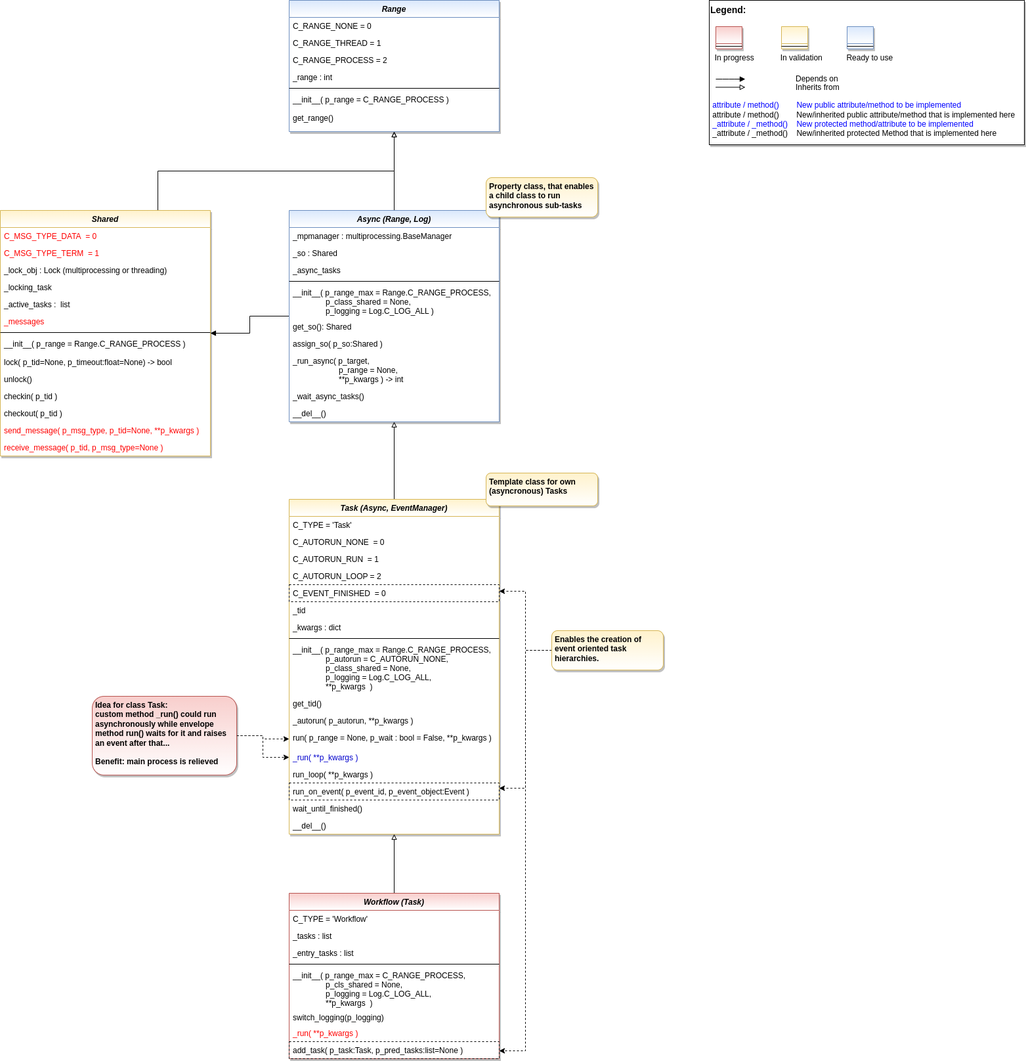
Before: doc/rtd/content/append2/core/images/bf/MLPro-BF-MT_class_diagram.drawio.png, a diagram exported from draw.io (fhswf/MLPro). Source tidied: cells renumbered, new cells last; positions are measured from the earlier drawing's top-left corner, leaving out a move shared by most shapes.
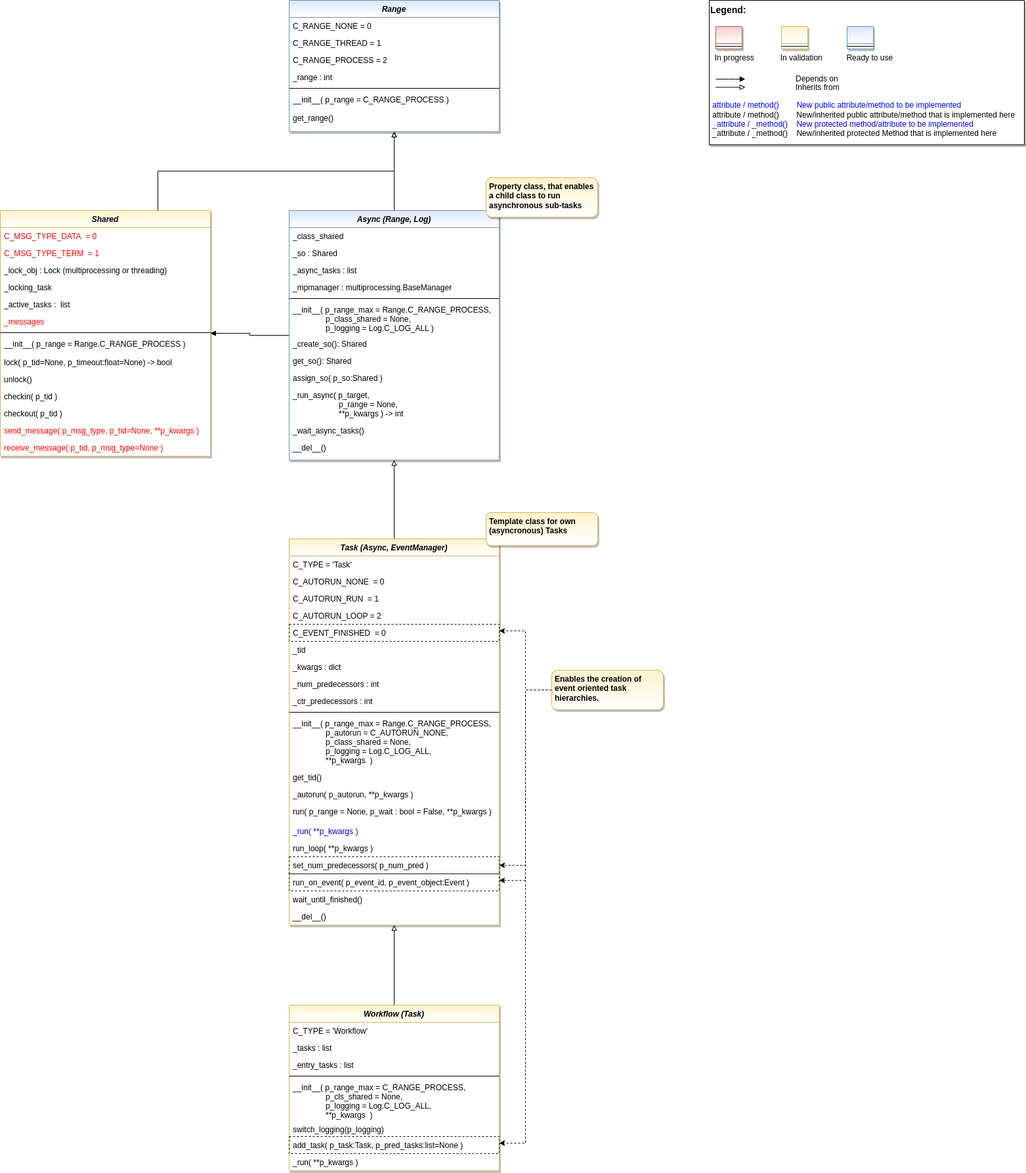
The same diagram one commit later.

Commit message:
class diagram

Diff of the diagram source:
```diff
@@ -103,37 +103,43 @@
       <mxGeometry relative="1" as="geometry" />
     </mxCell>
     <mxCell id="30" value="Async (Range, Log)" style="swimlane;fontStyle=3;align=center;verticalAlign=top;horizontal=1;startSize=26;rounded=0;shadow=1;strokeWidth=1;fillColor=#dae8fc;strokeColor=#6c8ebf;glass=0;swimlaneFillColor=#ffffff;gradientColor=#FFFFFF;" parent="1" vertex="1">
-      <mxGeometry x="440" y="320" width="320" height="322" as="geometry" />
+      <mxGeometry x="440" y="320" width="320" height="380" as="geometry" />
     </mxCell>
-    <mxCell id="31" value="_mpmanager : multiprocessing.BaseManager" style="text;align=left;verticalAlign=top;spacingLeft=4;spacingRight=4;overflow=hidden;fontColor=default;" parent="30" vertex="1">
-      <mxGeometry y="26" width="320" height="26" as="geometry" />
-    </mxCell>
+    <mxCell id="87" value="_class_shared " style="text;align=left;verticalAlign=top;spacingLeft=4;spacingRight=4;overflow=hidden;" parent="30" vertex="1">
+      <mxGeometry y="26" width="320" height="26" as="geometry" />
+    </mxCell>
     <mxCell id="32" value="_so : Shared" style="text;align=left;verticalAlign=top;spacingLeft=4;spacingRight=4;overflow=hidden;" parent="30" vertex="1">
       <mxGeometry y="52" width="320" height="26" as="geometry" />
     </mxCell>
-    <mxCell id="33" value="_async_tasks" style="text;align=left;verticalAlign=top;spacingLeft=4;spacingRight=4;overflow=hidden;" parent="30" vertex="1">
+    <mxCell id="33" value="_async_tasks : list" style="text;align=left;verticalAlign=top;spacingLeft=4;spacingRight=4;overflow=hidden;" parent="30" vertex="1">
       <mxGeometry y="78" width="320" height="26" as="geometry" />
     </mxCell>
+    <mxCell id="31" value="_mpmanager : multiprocessing.BaseManager" style="text;align=left;verticalAlign=top;spacingLeft=4;spacingRight=4;overflow=hidden;" parent="30" vertex="1">
+      <mxGeometry y="104" width="320" height="26" as="geometry" />
+    </mxCell>
     <mxCell id="34" style="line;html=1;strokeWidth=1;align=left;verticalAlign=middle;spacingTop=-1;spacingLeft=3;spacingRight=3;labelPosition=right;" parent="30" vertex="1">
-      <mxGeometry y="104" width="320" height="8" as="geometry" />
+      <mxGeometry y="130" width="320" height="8" as="geometry" />
     </mxCell>
     <mxCell id="35" value="__init__( p_range_max = Range.C_RANGE_PROCESS,&#10;               p_class_shared = None,&#10;               p_logging = Log.C_LOG_ALL )" style="text;align=left;verticalAlign=top;spacingLeft=4;spacingRight=4;overflow=hidden;fontColor=default;" parent="30" vertex="1">
-      <mxGeometry y="112" width="320" height="52" as="geometry" />
+      <mxGeometry y="138" width="320" height="52" as="geometry" />
     </mxCell>
+    <mxCell id="88" value="_create_so(): Shared" style="text;align=left;verticalAlign=top;spacingLeft=4;spacingRight=4;overflow=hidden;fontColor=default;" parent="30" vertex="1">
+      <mxGeometry y="190" width="320" height="26" as="geometry" />
+    </mxCell>
     <mxCell id="36" value="get_so(): Shared" style="text;align=left;verticalAlign=top;spacingLeft=4;spacingRight=4;overflow=hidden;fontColor=default;" parent="30" vertex="1">
-      <mxGeometry y="164" width="320" height="26" as="geometry" />
+      <mxGeometry y="216" width="320" height="26" as="geometry" />
     </mxCell>
     <mxCell id="37" value="assign_so( p_so:Shared )" style="text;align=left;verticalAlign=top;spacingLeft=4;spacingRight=4;overflow=hidden;fontColor=default;" parent="30" vertex="1">
-      <mxGeometry y="190" width="320" height="26" as="geometry" />
+      <mxGeometry y="242" width="320" height="26" as="geometry" />
     </mxCell>
     <mxCell id="38" value="_run_async( p_target,&#10;                     p_range = None,&#10;                     **p_kwargs ) -&gt; int" style="text;align=left;verticalAlign=top;spacingLeft=4;spacingRight=4;overflow=hidden;fontColor=default;" parent="30" vertex="1">
-      <mxGeometry y="216" width="320" height="54" as="geometry" />
+      <mxGeometry y="268" width="320" height="54" as="geometry" />
     </mxCell>
     <mxCell id="39" value="_wait_async_tasks()" style="text;align=left;verticalAlign=top;spacingLeft=4;spacingRight=4;overflow=hidden;fontColor=default;" parent="30" vertex="1">
-      <mxGeometry y="270" width="320" height="26" as="geometry" />
+      <mxGeometry y="322" width="320" height="26" as="geometry" />
     </mxCell>
     <mxCell id="40" value="__del__()" style="text;align=left;verticalAlign=top;spacingLeft=4;spacingRight=4;overflow=hidden;fontColor=default;" parent="30" vertex="1">
-      <mxGeometry y="296" width="320" height="26" as="geometry" />
+      <mxGeometry y="348" width="320" height="26" as="geometry" />
     </mxCell>
     <mxCell id="41" value="Property class, that enables a child class to run asynchronous sub-tasks" style="rounded=1;whiteSpace=wrap;html=1;fillColor=#fff2cc;strokeColor=#d6b656;shadow=1;gradientColor=#ffffff;fontStyle=1;align=left;verticalAlign=top;spacingRight=3;spacingLeft=3;" parent="1" vertex="1">
       <mxGeometry x="740" y="270" width="170" height="60" as="geometry" />
@@ -142,7 +148,7 @@
       <mxGeometry relative="1" as="geometry" />
     </mxCell>
     <mxCell id="43" value="Task (Async, EventManager)" style="swimlane;fontStyle=3;align=center;verticalAlign=top;horizontal=1;startSize=26;rounded=0;shadow=1;strokeWidth=1;fillColor=#fff2cc;strokeColor=#d6b656;glass=0;swimlaneFillColor=#ffffff;gradientColor=#FFFFFF;" parent="1" vertex="1">
-      <mxGeometry x="440" y="760" width="320" height="510" as="geometry" />
+      <mxGeometry x="440" y="820" width="320" height="588" as="geometry" />
     </mxCell>
     <mxCell id="44" value="C_TYPE = 'Task'" style="text;align=left;verticalAlign=top;spacingLeft=4;spacingRight=4;overflow=hidden;" parent="43" vertex="1">
       <mxGeometry y="26" width="320" height="26" as="geometry" />
@@ -165,41 +171,50 @@
     <mxCell id="50" value="_kwargs : dict" style="text;align=left;verticalAlign=top;spacingLeft=4;spacingRight=4;overflow=hidden;" parent="43" vertex="1">
       <mxGeometry y="182" width="320" height="26" as="geometry" />
     </mxCell>
+    <mxCell id="89" value="_num_predecessors : int" style="text;align=left;verticalAlign=top;spacingLeft=4;spacingRight=4;overflow=hidden;" parent="43" vertex="1">
+      <mxGeometry y="208" width="320" height="26" as="geometry" />
+    </mxCell>
+    <mxCell id="90" value="_ctr_predecessors : int" style="text;align=left;verticalAlign=top;spacingLeft=4;spacingRight=4;overflow=hidden;" parent="43" vertex="1">
+      <mxGeometry y="234" width="320" height="26" as="geometry" />
+    </mxCell>
     <mxCell id="51" style="line;html=1;strokeWidth=1;align=left;verticalAlign=middle;spacingTop=-1;spacingLeft=3;spacingRight=3;labelPosition=right;" parent="43" vertex="1">
-      <mxGeometry y="208" width="320" height="8" as="geometry" />
+      <mxGeometry y="260" width="320" height="8" as="geometry" />
     </mxCell>
     <mxCell id="52" value="__init__( p_range_max = Range.C_RANGE_PROCESS,&#10;               p_autorun = C_AUTORUN_NONE,&#10;               p_class_shared = None,&#10;               p_logging = Log.C_LOG_ALL,&#10;               **p_kwargs  )" style="text;align=left;verticalAlign=top;spacingLeft=4;spacingRight=4;overflow=hidden;fontColor=default;" parent="43" vertex="1">
-      <mxGeometry y="216" width="320" height="82" as="geometry" />
+      <mxGeometry y="268" width="320" height="82" as="geometry" />
     </mxCell>
     <mxCell id="53" value="get_tid()" style="text;align=left;verticalAlign=top;spacingLeft=4;spacingRight=4;overflow=hidden;fontColor=default;" parent="43" vertex="1">
-      <mxGeometry y="298" width="320" height="26" as="geometry" />
+      <mxGeometry y="350" width="320" height="26" as="geometry" />
     </mxCell>
     <mxCell id="54" value="_autorun( p_autorun, **p_kwargs )" style="text;align=left;verticalAlign=top;spacingLeft=4;spacingRight=4;overflow=hidden;fontColor=default;" parent="43" vertex="1">
-      <mxGeometry y="324" width="320" height="26" as="geometry" />
+      <mxGeometry y="376" width="320" height="26" as="geometry" />
     </mxCell>
     <mxCell id="55" value="run( p_range = None, p_wait : bool = False, **p_kwargs )" style="text;align=left;verticalAlign=top;spacingLeft=4;spacingRight=4;overflow=hidden;points=[[0,0.5],[1,0.5]];portConstraint=eastwest;fontColor=default;" parent="43" vertex="1">
-      <mxGeometry y="350" width="320" height="30" as="geometry" />
+      <mxGeometry y="402" width="320" height="30" as="geometry" />
     </mxCell>
     <mxCell id="56" value="_run( **p_kwargs )" style="text;align=left;verticalAlign=top;spacingLeft=4;spacingRight=4;overflow=hidden;points=[[0,0.5],[1,0.5]];portConstraint=eastwest;fontColor=#0000CC;" parent="43" vertex="1">
-      <mxGeometry y="380" width="320" height="26" as="geometry" />
+      <mxGeometry y="432" width="320" height="26" as="geometry" />
     </mxCell>
     <mxCell id="57" value="run_loop( **p_kwargs )" style="text;align=left;verticalAlign=top;spacingLeft=4;spacingRight=4;overflow=hidden;fontColor=default;" parent="43" vertex="1">
-      <mxGeometry y="406" width="320" height="26" as="geometry" />
+      <mxGeometry y="458" width="320" height="26" as="geometry" />
     </mxCell>
+    <mxCell id="91" value="set_num_predecessors( p_num_pred )" style="text;align=left;verticalAlign=top;spacingLeft=4;spacingRight=4;overflow=hidden;points=[[0,0.5],[1,0.5]];portConstraint=eastwest;fontColor=default;labelBorderColor=none;strokeColor=default;dashed=1;" parent="43" vertex="1">
+      <mxGeometry y="484" width="320" height="26" as="geometry" />
+    </mxCell>
     <mxCell id="58" value="run_on_event( p_event_id, p_event_object:Event )" style="text;align=left;verticalAlign=top;spacingLeft=4;spacingRight=4;overflow=hidden;points=[[0,0.5],[1,0.5]];portConstraint=eastwest;fontColor=default;labelBorderColor=none;strokeColor=default;dashed=1;" parent="43" vertex="1">
-      <mxGeometry y="432" width="320" height="26" as="geometry" />
+      <mxGeometry y="510" width="320" height="26" as="geometry" />
     </mxCell>
     <mxCell id="59" value="wait_until_finished()" style="text;align=left;verticalAlign=top;spacingLeft=4;spacingRight=4;overflow=hidden;fontColor=default;" parent="43" vertex="1">
-      <mxGeometry y="458" width="320" height="26" as="geometry" />
+      <mxGeometry y="536" width="320" height="26" as="geometry" />
     </mxCell>
     <mxCell id="60" value="__del__()" style="text;align=left;verticalAlign=top;spacingLeft=4;spacingRight=4;overflow=hidden;fontColor=default;" parent="43" vertex="1">
-      <mxGeometry y="484" width="320" height="26" as="geometry" />
+      <mxGeometry y="562" width="320" height="26" as="geometry" />
     </mxCell>
     <mxCell id="61" style="edgeStyle=orthogonalEdgeStyle;rounded=0;jettySize=auto;html=1;fontColor=#0000CC;endArrow=block;endFill=0;" parent="1" edge="1" source="62" target="43">
       <mxGeometry relative="1" as="geometry" />
     </mxCell>
-    <mxCell id="62" value="Workflow (Task)" style="swimlane;fontStyle=3;align=center;verticalAlign=top;horizontal=1;startSize=26;rounded=0;shadow=1;strokeWidth=1;fillColor=#f8cecc;strokeColor=#b85450;glass=0;swimlaneFillColor=#ffffff;gradientColor=#FFFFFF;" parent="1" vertex="1">
-      <mxGeometry x="440" y="1360" width="320" height="252" as="geometry" />
+    <mxCell id="62" value="Workflow (Task)" style="swimlane;fontStyle=3;align=center;verticalAlign=top;horizontal=1;startSize=26;rounded=0;shadow=1;strokeWidth=1;fillColor=#fff2cc;strokeColor=#d6b656;glass=0;swimlaneFillColor=#ffffff;gradientColor=#FFFFFF;" parent="1" vertex="1">
+      <mxGeometry x="440" y="1530" width="320" height="252" as="geometry" />
     </mxCell>
     <mxCell id="63" value="C_TYPE = 'Workflow'" style="text;align=left;verticalAlign=top;spacingLeft=4;spacingRight=4;overflow=hidden;" parent="62" vertex="1">
       <mxGeometry y="26" width="320" height="26" as="geometry" />
@@ -219,38 +234,46 @@
     <mxCell id="68" value="switch_logging(p_logging)" style="text;align=left;verticalAlign=top;spacingLeft=4;spacingRight=4;overflow=hidden;fontColor=default;" parent="62" vertex="1">
       <mxGeometry y="176" width="320" height="24" as="geometry" />
     </mxCell>
+    <mxCell id="70" value="add_task( p_task:Task, p_pred_tasks:list=None )" style="text;align=left;verticalAlign=top;spacingLeft=4;spacingRight=4;overflow=hidden;points=[[0,0.5],[1,0.5]];portConstraint=eastwest;fontColor=default;strokeColor=default;dashed=1;" parent="62" vertex="1">
+      <mxGeometry y="200" width="320" height="26" as="geometry" />
+    </mxCell>
-    <mxCell id="69" value="_run( **p_kwargs )" style="text;align=left;verticalAlign=top;spacingLeft=4;spacingRight=4;overflow=hidden;fontColor=#FF0000;" parent="62" vertex="1">
-      <mxGeometry y="200" width="320" height="26" as="geometry" />
+    <mxCell id="69" value="_run( **p_kwargs )" style="text;align=left;verticalAlign=top;spacingLeft=4;spacingRight=4;overflow=hidden;fontColor=default;" parent="62" vertex="1">
+      <mxGeometry y="226" width="320" height="26" as="geometry" />
     </mxCell>
-    <mxCell id="70" value="add_task( p_task:Task, p_pred_tasks:list=None )" style="text;align=left;verticalAlign=top;spacingLeft=4;spacingRight=4;overflow=hidden;points=[[0,0.5],[1,0.5]];portConstraint=eastwest;fontColor=default;strokeColor=default;dashed=1;" parent="62" vertex="1">
-      <mxGeometry y="226" width="320" height="26" as="geometry" />
-    </mxCell>
     <mxCell id="71" style="edgeStyle=orthogonalEdgeStyle;rounded=0;jettySize=auto;html=1;fontColor=#FF0000;exitX=0;exitY=0.5;exitDx=0;exitDy=0;dashed=1;" parent="1" edge="1" source="74" target="58">
       <mxGeometry relative="1" as="geometry">
         <Array as="points">
-          <mxPoint x="800" y="990" />
-          <mxPoint x="800" y="1200" />
+          <mxPoint x="800" y="1050" />
+          <mxPoint x="800" y="1340" />
         </Array>
       </mxGeometry>
     </mxCell>
     <mxCell id="72" style="edgeStyle=orthogonalEdgeStyle;rounded=0;jettySize=auto;html=1;fontColor=#FF0000;exitX=0;exitY=0.5;exitDx=0;exitDy=0;dashed=1;" parent="1" edge="1" source="74" target="48">
       <mxGeometry relative="1" as="geometry">
         <Array as="points">
-          <mxPoint x="800" y="990" />
-          <mxPoint x="800" y="900" />
+          <mxPoint x="800" y="1050" />
+          <mxPoint x="800" y="960" />
         </Array>
       </mxGeometry>
     </mxCell>
     <mxCell id="73" style="edgeStyle=orthogonalEdgeStyle;rounded=0;jettySize=auto;html=1;dashed=1;fontColor=#FF0000;" parent="1" edge="1" source="74" target="70">
       <mxGeometry relative="1" as="geometry">
         <Array as="points">
-          <mxPoint x="800" y="990" />
-          <mxPoint x="800" y="1600" />
+          <mxPoint x="800" y="1050" />
+          <mxPoint x="800" y="1740" />
         </Array>
       </mxGeometry>
     </mxCell>
+    <mxCell id="92" style="edgeStyle=orthogonalEdgeStyle;rounded=0;jettySize=auto;html=1;fontColor=default;dashed=1;" parent="1" edge="1" source="74" target="91">
+      <mxGeometry relative="1" as="geometry">
+        <Array as="points">
+          <mxPoint x="800" y="1050" />
+          <mxPoint x="800" y="1317" />
+        </Array>
+      </mxGeometry>
+    </mxCell>
     <mxCell id="74" value="Enables the creation of event oriented task hierarchies." style="rounded=1;whiteSpace=wrap;html=1;fillColor=#fff2cc;strokeColor=#d6b656;shadow=1;gradientColor=#ffffff;fontStyle=1;align=left;verticalAlign=top;spacingRight=3;spacingLeft=3;" parent="1" vertex="1">
-      <mxGeometry x="840" y="960" width="170" height="60" as="geometry" />
+      <mxGeometry x="840" y="1020" width="170" height="60" as="geometry" />
     </mxCell>
     <mxCell id="75" value="Range" style="swimlane;fontStyle=3;align=center;verticalAlign=top;horizontal=1;startSize=26;rounded=0;shadow=1;strokeWidth=1;fillColor=#dae8fc;strokeColor=#6c8ebf;glass=0;swimlaneFillColor=#ffffff;gradientColor=#FFFFFF;" parent="1" vertex="1">
       <mxGeometry x="440" width="320" height="200" as="geometry" />
@@ -277,16 +300,7 @@
       <mxGeometry y="166" width="320" height="34" as="geometry" />
     </mxCell>
     <mxCell id="83" value="Template class for own (asyncronous) Tasks" style="rounded=1;whiteSpace=wrap;html=1;fillColor=#fff2cc;strokeColor=#d6b656;shadow=1;gradientColor=#ffffff;fontStyle=1;align=left;verticalAlign=top;spacingRight=3;spacingLeft=3;" parent="1" vertex="1">
-      <mxGeometry x="740" y="720" width="170" height="50" as="geometry" />
+      <mxGeometry x="740" y="780" width="170" height="50" as="geometry" />
     </mxCell>
-    <mxCell id="84" style="edgeStyle=orthogonalEdgeStyle;rounded=0;jettySize=auto;html=1;dashed=1;" parent="1" edge="1" source="86" target="56">
-      <mxGeometry relative="1" as="geometry" />
-    </mxCell>
-    <mxCell id="85" style="edgeStyle=orthogonalEdgeStyle;rounded=0;jettySize=auto;html=1;dashed=1;" parent="1" edge="1" source="86" target="55">
-      <mxGeometry relative="1" as="geometry" />
-    </mxCell>
-    <mxCell id="86" value="Idea for class Task:&lt;br&gt;custom method _run() could run asynchronously while envelope method run() waits for it and raises an event after that...&lt;br&gt;&lt;br&gt;Benefit: main process is relieved" style="rounded=1;whiteSpace=wrap;html=1;fillColor=#f8cecc;strokeColor=#b85450;shadow=1;fontStyle=1;align=left;verticalAlign=top;spacingRight=3;spacingLeft=3;gradientColor=#FFFFFF;" parent="1" vertex="1">
-      <mxGeometry x="140" y="1060" width="220" height="120" as="geometry" />
-    </mxCell>
   </root>
 </mxGraphModel>
```
